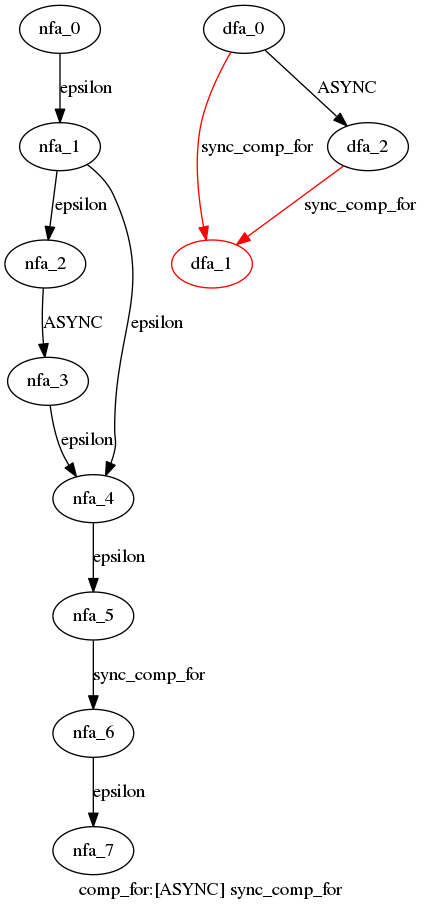
Above: cpython/grammar/handwrite/nfa_dfas/83.comp_for.dot.png in WinChua/blog (Graphviz), before the change. Its source is kept beside it as cpython/grammar/handwrite/nfa_dfas/83.comp_for.dot. The source it was exported from:
```dot
digraph comp_for {
 graph[label="comp_for:[ASYNC] sync_comp_for"]
 subgraph comp_for_nfa {
  nfa_0->nfa_1[label="epsilon"]
  nfa_1->nfa_2[label="epsilon"]
  nfa_2->nfa_3[label="ASYNC"]
  nfa_3->nfa_4[label="epsilon"]
  nfa_4->nfa_5[label="epsilon"]
  nfa_5->nfa_6[label="sync_comp_for"]
  nfa_6->nfa_7[label="epsilon"]
  nfa_1->nfa_4[label="epsilon"]
  }
 subgraph comp_for_dfa {
  dfa_0->dfa_1[label="sync_comp_for",color=red]
  dfa_0->dfa_2[label="ASYNC"]
  dfa_2->dfa_1[label="sync_comp_for",color=red]
  dfa_1[color=red]
  }
}
```
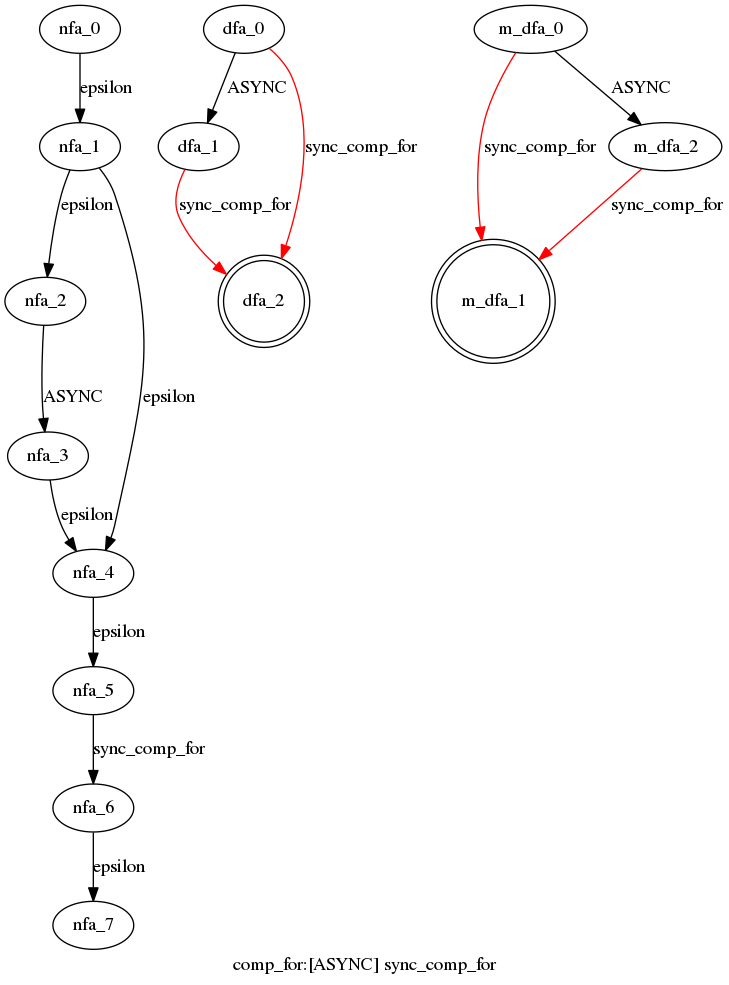
Later version of the same file.

What changed in the source:
```diff
@@ -11,9 +11,15 @@
   nfa_1->nfa_4[label="epsilon"]
   }
  subgraph comp_for_dfa {
-  dfa_0->dfa_1[label="sync_comp_for",color=red]
-  dfa_0->dfa_2[label="ASYNC"]
-  dfa_2->dfa_1[label="sync_comp_for",color=red]
-  dfa_1[color=red]
+  dfa_0->dfa_1[label="ASYNC"]
+  dfa_1->dfa_2[label="sync_comp_for",color=red]
+  dfa_0->dfa_2[label="sync_comp_for",color=red]
+  dfa_2[shape=doublecircle]
+  }
+ subgraph comp_for_m_dfa {
+  m_dfa_0->m_dfa_1[label="sync_comp_for",color=red]
+  m_dfa_0->m_dfa_2[label="ASYNC"]
+  m_dfa_2->m_dfa_1[label="sync_comp_for",color=red]
+  m_dfa_1[shape=doublecircle]
   }
 }
```
